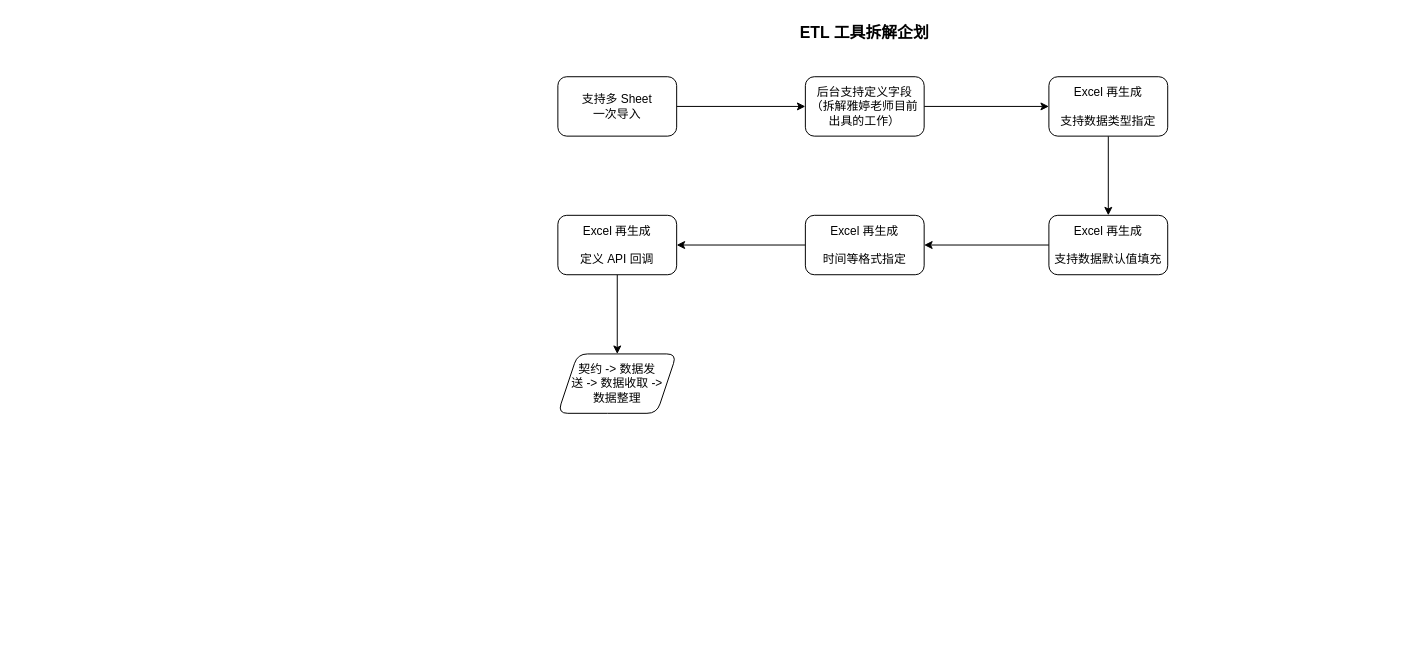
This is page "Golang'ETL" (8 of 8) of 结构分析.drawio from uiosun/diagrams, a draw.io file, before an edit. Source tidied: cells renumbered, new cells numbered last; positions are measured from the earlier drawing's top-left corner, leaving out a move shared by most shapes. Both pictures are drawn from the tidied source at 99%, with x=0, y=0 at pixel (557, 17).
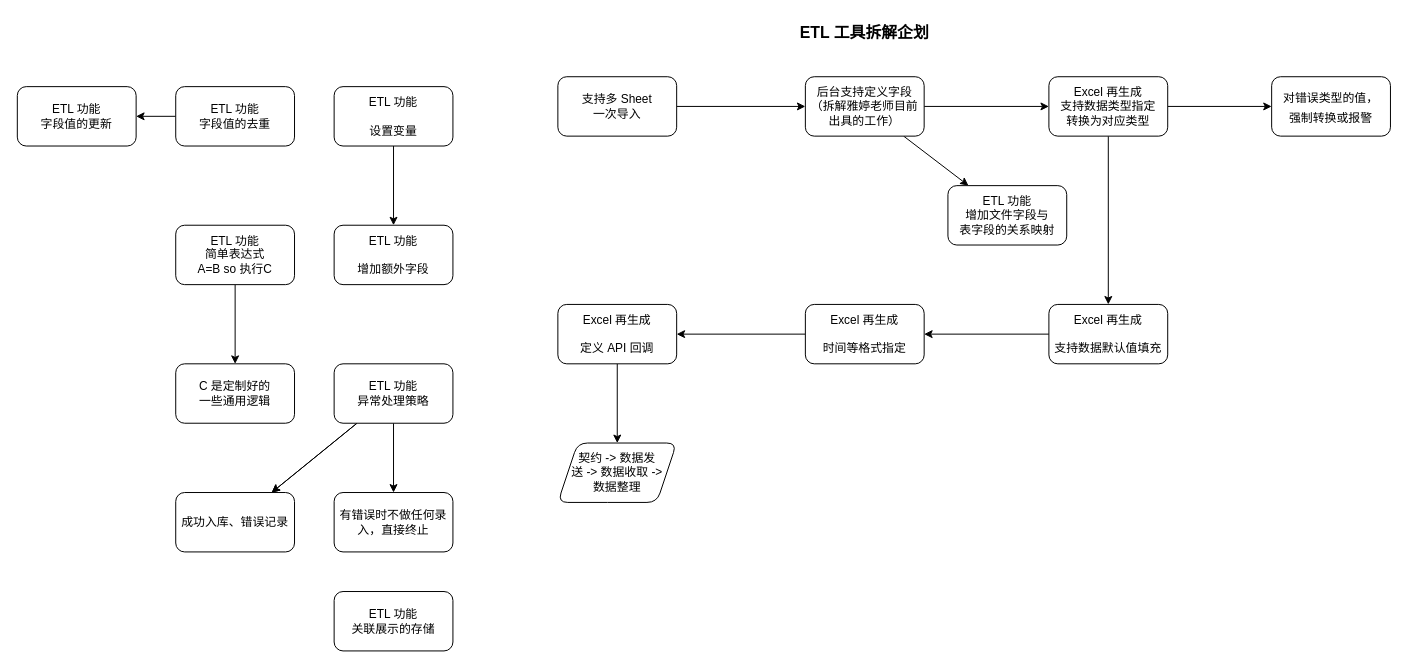
The same page after the edit.

Unchanged cells that the change refers to:
```xml
<mxCell id="5" value="后台支持定义字段&lt;br&gt;（拆解雅婷老师目前出具的工作）" style="rounded=1;whiteSpace=wrap;html=1;" parent="1" vertex="1">
  <mxGeometry x="250" y="60" width="120" height="60" as="geometry" />
</mxCell>
```

The edit, as a diff of the source:
```diff
@@
+    <mxCell id="16" style="rounded=0;jettySize=auto;html=1;fontSize=12;" parent="1" edge="1" source="5" target="18">
+      <mxGeometry relative="1" as="geometry" />
+    </mxCell>
@@
+    <mxCell id="17" style="edgeStyle=orthogonalEdgeStyle;rounded=0;jettySize=auto;html=1;fontSize=16;" parent="1" edge="1" source="7" target="22">
+      <mxGeometry relative="1" as="geometry" />
+    </mxCell>
-    <mxCell id="7" value="Excel 再生成&lt;br&gt;&lt;br&gt;支持数据类型指定" style="rounded=1;whiteSpace=wrap;html=1;" parent="1" vertex="1">
+    <mxCell id="7" value="Excel 再生成&lt;br&gt;支持数据类型指定&lt;br&gt;转换为对应类型" style="rounded=1;whiteSpace=wrap;html=1;" parent="1" vertex="1">
       <mxGeometry x="496" y="60" width="120" height="60" as="geometry" />
     </mxCell>
@@
     <mxCell id="9" value="Excel 再生成&lt;br&gt;&lt;br&gt;支持数据默认值填充" style="rounded=1;whiteSpace=wrap;html=1;" parent="1" vertex="1">
-      <mxGeometry x="496" y="200" width="120" height="60" as="geometry" />
+      <mxGeometry x="496" y="290" width="120" height="60" as="geometry" />
     </mxCell>
@@
     <mxCell id="11" value="Excel 再生成&lt;br&gt;&lt;br&gt;时间等格式指定" style="rounded=1;whiteSpace=wrap;html=1;" parent="1" vertex="1">
-      <mxGeometry x="250" y="200" width="120" height="60" as="geometry" />
+      <mxGeometry x="250" y="290" width="120" height="60" as="geometry" />
     </mxCell>
@@
     <mxCell id="13" value="Excel 再生成&lt;br&gt;&lt;br&gt;定义 API 回调" style="rounded=1;whiteSpace=wrap;html=1;" parent="1" vertex="1">
-      <mxGeometry y="200" width="120" height="60" as="geometry" />
+      <mxGeometry y="290" width="120" height="60" as="geometry" />
     </mxCell>
@@
     <mxCell id="15" value="契约 -&amp;gt; 数据发&lt;br&gt;送 -&amp;gt; 数据收取 -&amp;gt;&lt;br&gt;数据整理" style="shape=parallelogram;perimeter=parallelogramPerimeter;whiteSpace=wrap;html=1;fixedSize=1;rounded=1;" parent="1" vertex="1">
-      <mxGeometry y="340" width="120" height="60" as="geometry" />
+      <mxGeometry y="430" width="120" height="60" as="geometry" />
     </mxCell>
+    <mxCell id="18" value="ETL 功能&lt;br&gt;增加文件字段与&lt;br&gt;表字段的关系映射" style="rounded=1;whiteSpace=wrap;html=1;" parent="1" vertex="1">
+      <mxGeometry x="394" y="170" width="120" height="60" as="geometry" />
+    </mxCell>
+    <mxCell id="19" style="edgeStyle=orthogonalEdgeStyle;rounded=0;jettySize=auto;html=1;fontSize=16;" parent="1" edge="1" source="20" target="21">
+      <mxGeometry relative="1" as="geometry" />
+    </mxCell>
+    <mxCell id="20" value="ETL 功能&lt;br&gt;&lt;br&gt;设置变量" style="rounded=1;whiteSpace=wrap;html=1;" parent="1" vertex="1">
+      <mxGeometry x="-226" y="70" width="120" height="60" as="geometry" />
+    </mxCell>
+    <mxCell id="21" value="ETL 功能&lt;br&gt;&lt;br&gt;增加额外字段" style="rounded=1;whiteSpace=wrap;html=1;" parent="1" vertex="1">
+      <mxGeometry x="-226" y="210" width="120" height="60" as="geometry" />
+    </mxCell>
+    <mxCell id="22" value="&lt;span style=&quot;font-size: 12px;&quot;&gt;对错误类型的值，&lt;br&gt;强制转换或报警&lt;br&gt;&lt;/span&gt;" style="rounded=1;whiteSpace=wrap;html=1;fontSize=16;" parent="1" vertex="1">
+      <mxGeometry x="721" y="60" width="120" height="60" as="geometry" />
+    </mxCell>
+    <mxCell id="23" style="edgeStyle=none;rounded=0;jettySize=auto;html=1;fontSize=12;" parent="1" edge="1" source="24" target="35">
+      <mxGeometry relative="1" as="geometry" />
+    </mxCell>
+    <mxCell id="24" value="ETL 功能&lt;br&gt;字段值的去重" style="rounded=1;whiteSpace=wrap;html=1;" parent="1" vertex="1">
+      <mxGeometry x="-386" y="70" width="120" height="60" as="geometry" />
+    </mxCell>
+    <mxCell id="25" style="edgeStyle=none;rounded=0;jettySize=auto;html=1;fontSize=12;" parent="1" edge="1" source="26" target="27">
+      <mxGeometry relative="1" as="geometry" />
+    </mxCell>
+    <mxCell id="26" value="ETL 功能&lt;br&gt;简单表达式&lt;br&gt;A=B so 执行C" style="rounded=1;whiteSpace=wrap;html=1;" parent="1" vertex="1">
+      <mxGeometry x="-386" y="210" width="120" height="60" as="geometry" />
+    </mxCell>
+    <mxCell id="27" value="C 是定制好的&lt;br&gt;一些通用逻辑" style="rounded=1;whiteSpace=wrap;html=1;" parent="1" vertex="1">
+      <mxGeometry x="-386" y="350" width="120" height="60" as="geometry" />
+    </mxCell>
+    <mxCell id="28" style="edgeStyle=none;rounded=0;jettySize=auto;html=1;fontSize=12;" parent="1" edge="1" source="31" target="32">
+      <mxGeometry relative="1" as="geometry" />
+    </mxCell>
+    <mxCell id="29" style="edgeStyle=none;rounded=0;jettySize=auto;html=1;fontSize=12;" parent="1" edge="1" source="31" target="32">
+      <mxGeometry relative="1" as="geometry" />
+    </mxCell>
+    <mxCell id="30" style="edgeStyle=none;rounded=0;jettySize=auto;html=1;fontSize=12;" parent="1" edge="1" source="31" target="33">
+      <mxGeometry relative="1" as="geometry" />
+    </mxCell>
+    <mxCell id="31" value="ETL 功能&lt;br&gt;异常处理策略" style="rounded=1;whiteSpace=wrap;html=1;" parent="1" vertex="1">
+      <mxGeometry x="-226" y="350" width="120" height="60" as="geometry" />
+    </mxCell>
+    <mxCell id="32" value="成功入库、错误记录" style="rounded=1;whiteSpace=wrap;html=1;" parent="1" vertex="1">
+      <mxGeometry x="-386" y="480" width="120" height="60" as="geometry" />
+    </mxCell>
+    <mxCell id="33" value="有错误时不做任何录入，直接终止" style="rounded=1;whiteSpace=wrap;html=1;fontSize=12;" parent="1" vertex="1">
+      <mxGeometry x="-226" y="480" width="120" height="60" as="geometry" />
+    </mxCell>
+    <mxCell id="34" value="ETL 功能&lt;br&gt;关联展示的存储" style="rounded=1;whiteSpace=wrap;html=1;" parent="1" vertex="1">
+      <mxGeometry x="-226" y="580" width="120" height="60" as="geometry" />
+    </mxCell>
+    <mxCell id="35" value="ETL 功能&lt;br&gt;字段值的更新" style="rounded=1;whiteSpace=wrap;html=1;" parent="1" vertex="1">
+      <mxGeometry x="-546" y="70" width="120" height="60" as="geometry" />
+    </mxCell>
```
